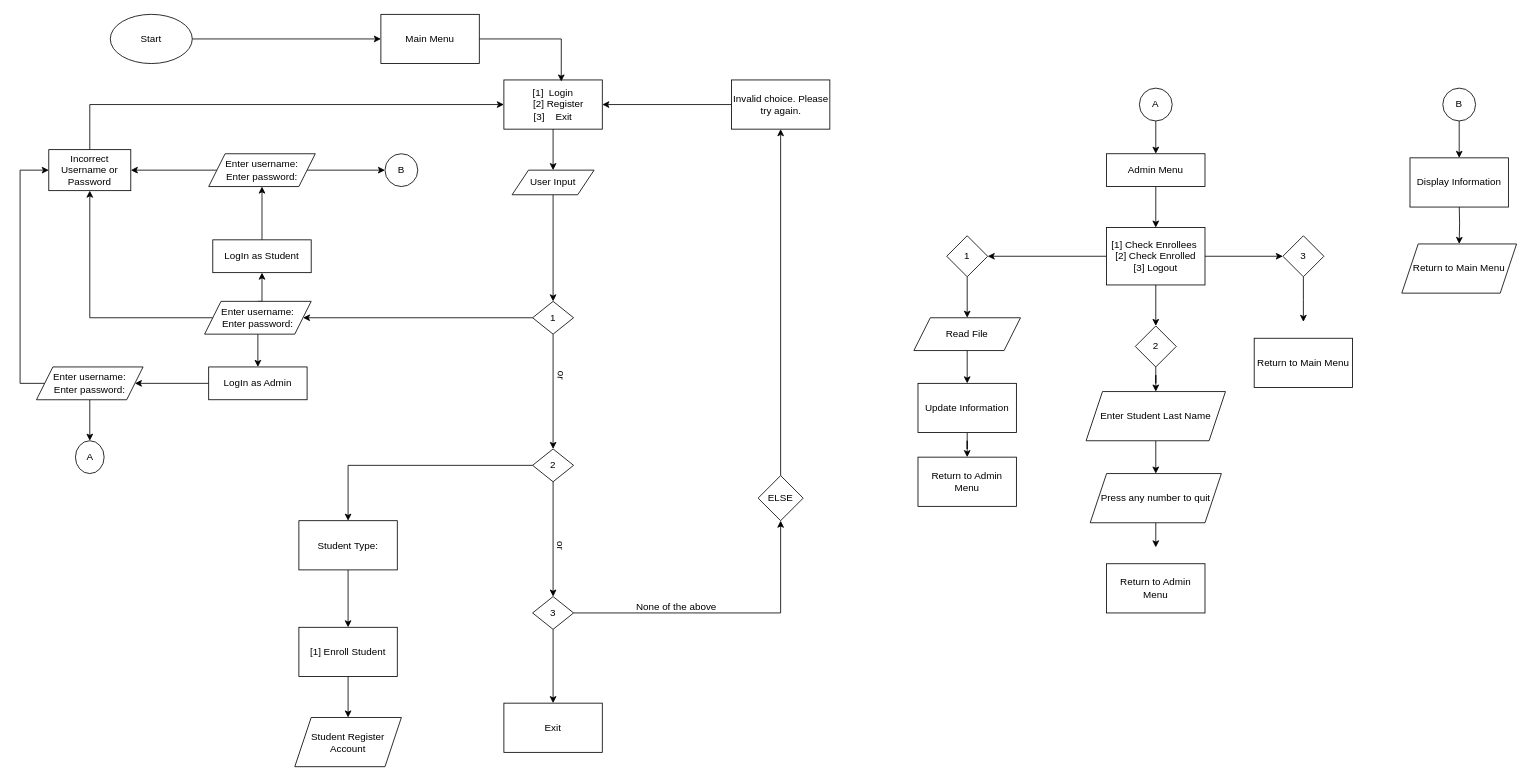
Before: Untitled Diagram.drawio in gabbiruu/Inventory-System, a draw.io diagram. Source tidied: cells renumbered, new cells numbered last; positions are measured from the earlier drawing's top-left corner, leaving out a move shared by most shapes. Both pictures are drawn from the tidied source at 82%, with x=0, y=0 at pixel (20, 14).
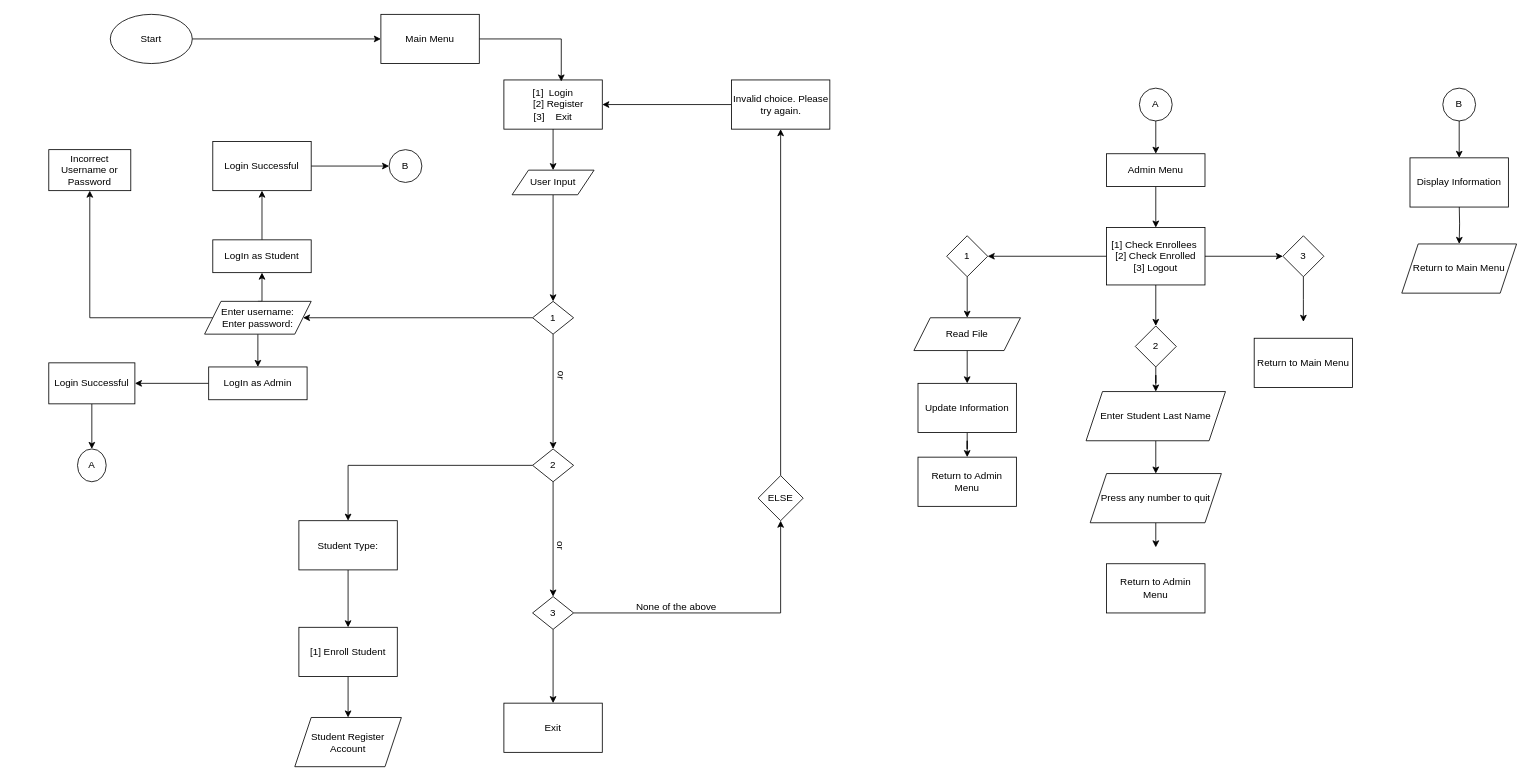
Above is the later version.

The change refers to these unchanged cells:
```xml
<mxCell id="4" value="&lt;div style=&quot;&quot;&gt;&lt;span style=&quot;background-color: initial;&quot;&gt;[1]&amp;nbsp; Login&lt;/span&gt;&lt;/div&gt;&lt;div style=&quot;&quot;&gt;&lt;span style=&quot;background-color: initial;&quot;&gt;&amp;nbsp; &amp;nbsp; [2] Register&lt;/span&gt;&lt;/div&gt;&lt;div style=&quot;&quot;&gt;&lt;span style=&quot;background-color: initial;&quot;&gt;[3]&amp;nbsp; &amp;nbsp; Exit&lt;/span&gt;&lt;/div&gt;" style="rounded=0;whiteSpace=wrap;html=1;align=center;" parent="1" vertex="1">
  <mxGeometry x="590" y="80" width="120" height="60" as="geometry" />
</mxCell>
<mxCell id="16" value="Incorrect Username or Password" style="rounded=0;whiteSpace=wrap;html=1;" parent="1" vertex="1">
  <mxGeometry x="35" y="165" width="100" height="50" as="geometry" />
</mxCell>
<mxCell id="18" value="LogIn as Admin" style="rounded=0;whiteSpace=wrap;html=1;" parent="1" vertex="1">
  <mxGeometry x="230" y="430" width="120" height="40" as="geometry" />
</mxCell>
<mxCell id="23" value="LogIn as Student" style="rounded=0;whiteSpace=wrap;html=1;" parent="1" vertex="1">
  <mxGeometry x="235" y="275" width="120" height="40" as="geometry" />
</mxCell>
```

What changed in the source:
```diff
@@
-    <mxCell id="15" style="edgeStyle=orthogonalEdgeStyle;rounded=0;jettySize=auto;html=1;exitX=0.5;exitY=0;exitDx=0;exitDy=0;entryX=0;entryY=0.5;entryDx=0;entryDy=0;" parent="1" edge="1" source="16" target="4">
-      <mxGeometry relative="1" as="geometry" />
-    </mxCell>
@@
-    <mxCell id="17" style="edgeStyle=orthogonalEdgeStyle;rounded=0;jettySize=auto;html=1;" parent="1" edge="1" source="18" target="21">
+    <mxCell id="17" style="edgeStyle=orthogonalEdgeStyle;rounded=0;jettySize=auto;html=1;entryX=1;entryY=0.5;entryDx=0;entryDy=0;" parent="1" edge="1" source="18" target="83">
       <mxGeometry relative="1" as="geometry" />
     </mxCell>
@@
-    <mxCell id="19" style="edgeStyle=orthogonalEdgeStyle;rounded=0;jettySize=auto;html=1;" parent="1" edge="1" source="21" target="64">
+    <mxCell id="19" style="edgeStyle=orthogonalEdgeStyle;rounded=0;jettySize=auto;html=1;exitX=0.5;exitY=1;exitDx=0;exitDy=0;" parent="1" edge="1" source="83" target="64">
       <mxGeometry relative="1" as="geometry" />
     </mxCell>
-    <mxCell id="20" style="edgeStyle=orthogonalEdgeStyle;rounded=0;jettySize=auto;html=1;exitX=0;exitY=0.5;exitDx=0;exitDy=0;entryX=0;entryY=0.5;entryDx=0;entryDy=0;" parent="1" edge="1" source="21" target="16">
-      <mxGeometry relative="1" as="geometry">
-        <Array as="points">
-          <mxPoint y="450" />
-          <mxPoint y="190" />
-        </Array>
-      </mxGeometry>
-    </mxCell>
-    <mxCell id="21" value="Enter username:&lt;br&gt;Enter password:" style="shape=parallelogram;perimeter=parallelogramPerimeter;whiteSpace=wrap;html=1;fixedSize=1;" parent="1" vertex="1">
-      <mxGeometry x="20" y="430" width="130" height="40" as="geometry" />
-    </mxCell>
-    <mxCell id="22" style="edgeStyle=orthogonalEdgeStyle;rounded=0;jettySize=auto;html=1;entryX=0.5;entryY=1;entryDx=0;entryDy=0;" parent="1" edge="1" source="23" target="50">
+    <mxCell id="22" style="edgeStyle=orthogonalEdgeStyle;rounded=0;jettySize=auto;html=1;entryX=0.5;entryY=1;entryDx=0;entryDy=0;" parent="1" edge="1" source="23" target="82">
       <mxGeometry relative="1" as="geometry" />
     </mxCell>
@@
-    <mxCell id="48" style="edgeStyle=orthogonalEdgeStyle;rounded=0;jettySize=auto;html=1;exitX=1;exitY=0.5;exitDx=0;exitDy=0;entryX=0;entryY=0.5;entryDx=0;entryDy=0;" parent="1" edge="1" source="50" target="68">
+    <mxCell id="48" style="edgeStyle=orthogonalEdgeStyle;rounded=0;jettySize=auto;html=1;exitX=1;exitY=0.5;exitDx=0;exitDy=0;entryX=0;entryY=0.5;entryDx=0;entryDy=0;" parent="1" edge="1" source="82" target="68">
       <mxGeometry relative="1" as="geometry" />
     </mxCell>
-    <mxCell id="49" style="edgeStyle=orthogonalEdgeStyle;rounded=0;jettySize=auto;html=1;exitX=0;exitY=0.5;exitDx=0;exitDy=0;entryX=1;entryY=0.5;entryDx=0;entryDy=0;" parent="1" edge="1" source="50" target="16">
-      <mxGeometry relative="1" as="geometry" />
-    </mxCell>
-    <mxCell id="50" value="Enter username:&lt;br&gt;Enter password:" style="shape=parallelogram;perimeter=parallelogramPerimeter;whiteSpace=wrap;html=1;fixedSize=1;" parent="1" vertex="1">
-      <mxGeometry x="230" y="170" width="130" height="40" as="geometry" />
-    </mxCell>
@@
     <mxCell id="64" value="A" style="ellipse;whiteSpace=wrap;html=1;" parent="1" vertex="1">
-      <mxGeometry x="67.5" y="520" width="35" height="40" as="geometry" />
+      <mxGeometry x="70" y="530" width="35" height="40" as="geometry" />
     </mxCell>
@@
     <mxCell id="68" value="B" style="ellipse;whiteSpace=wrap;html=1;" parent="1" vertex="1">
-      <mxGeometry x="445" y="170" width="40" height="40" as="geometry" />
+      <mxGeometry x="450" y="165" width="40" height="40" as="geometry" />
     </mxCell>
@@
+    <mxCell id="82" value="Login Successful" style="rounded=0;whiteSpace=wrap;html=1;" parent="1" vertex="1">
+      <mxGeometry x="235" y="155" width="120" height="60" as="geometry" />
+    </mxCell>
+    <mxCell id="83" value="Login Successful" style="rounded=0;whiteSpace=wrap;html=1;" parent="1" vertex="1">
+      <mxGeometry x="35" y="425" width="105" height="50" as="geometry" />
+    </mxCell>
```
